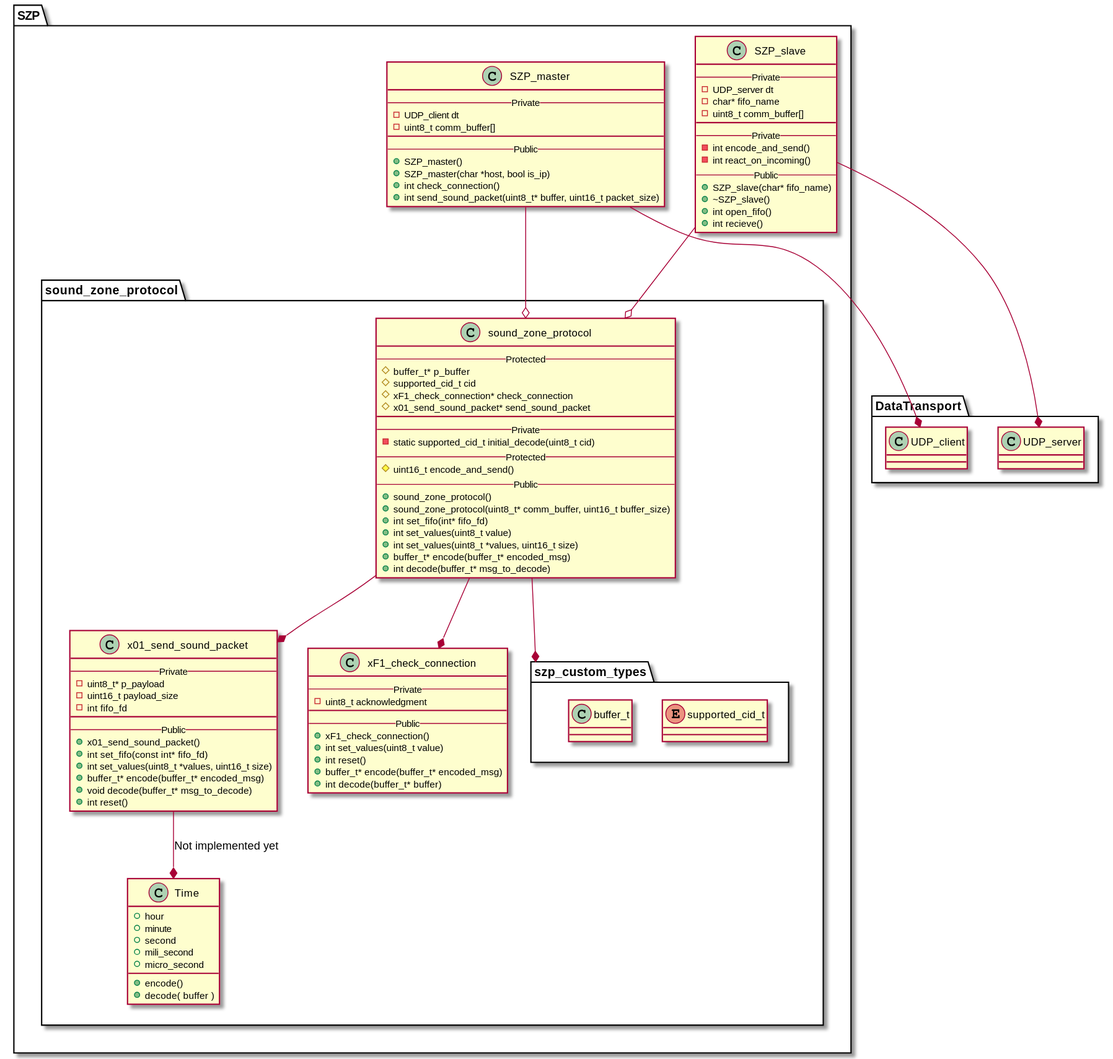
The PlantUML diagram sequence_diagrams/class_diagram.svg in NielsDyrberg/szs_soundzone_protocol, before a commit. Source of this version:
```plantuml
@startuml class_diagram

package SZP {
    SZP_master --o sound_zone_protocol
    SZP_slave --o sound_zone_protocol

    package sound_zone_protocol {
    sound_zone_protocol --* x01_send_sound_packet
    sound_zone_protocol --* xF1_check_connection
    sound_zone_protocol --* szp_custom_types
    x01_send_sound_packet --* Time : Not implemented yet

    package szp_custom_types{
        enum supported_cid_t{}
        class buffer_t{}
    }
    }
}

package DataTransport{
    SZP_master --* UDP_client
    SZP_slave --* UDP_server

    class UDP_client{}
    class UDP_server{}
}

class SZP_master{
    --Private--
    - UDP_client dt
    - uint8_t comm_buffer[]
    ___
    --Public--
    + SZP_master()
    + SZP_master(char *host, bool is_ip)
    + int check_connection()
    + int send_sound_packet(uint8_t* buffer, uint16_t packet_size)
}

class SZP_slave{
    --Private--
    - UDP_server dt
    - char* fifo_name
    - uint8_t comm_buffer[]
    ___
    --Private--
    - int encode_and_send()
    - int react_on_incoming()
    --Public--
    + SZP_slave(char* fifo_name)
    + ~SZP_slave()
    + int open_fifo()
    + int recieve()
}

class sound_zone_protocol {
    --Protected--
    # buffer_t* p_buffer
    # supported_cid_t cid
    # xF1_check_connection* check_connection
    # x01_send_sound_packet* send_sound_packet
    ___
    --Private--
    - static supported_cid_t initial_decode(uint8_t cid)
    --Protected--
    # uint16_t encode_and_send()
    --Public--
    + sound_zone_protocol()
    + sound_zone_protocol(uint8_t* comm_buffer, uint16_t buffer_size)
    + int set_fifo(int* fifo_fd)
    + int set_values(uint8_t value)
    + int set_values(uint8_t *values, uint16_t size)
    + buffer_t* encode(buffer_t* encoded_msg)
    + int decode(buffer_t* msg_to_decode)
}

class x01_send_sound_packet {
    --Private--
    - uint8_t* p_payload
    - uint16_t payload_size
    - int fifo_fd
    ___
    --Public--
    + x01_send_sound_packet()
    + int set_fifo(const int* fifo_fd)
    + int set_values(uint8_t *values, uint16_t size)
    + buffer_t* encode(buffer_t* encoded_msg)
    + void decode(buffer_t* msg_to_decode)
    + int reset()
}

class xF1_check_connection {
    --Private--
    - uint8_t acknowledgment
    ___
    --Public--
    + xF1_check_connection()
    + int set_values(uint8_t value)
    + int reset()
    + buffer_t* encode(buffer_t* encoded_msg)
    + int decode(buffer_t* buffer)
}

class Time {
    + hour
    + minute
    + second
    + mili_second
    + micro_second

    + encode()
    + decode( buffer )
}

@enduml
```
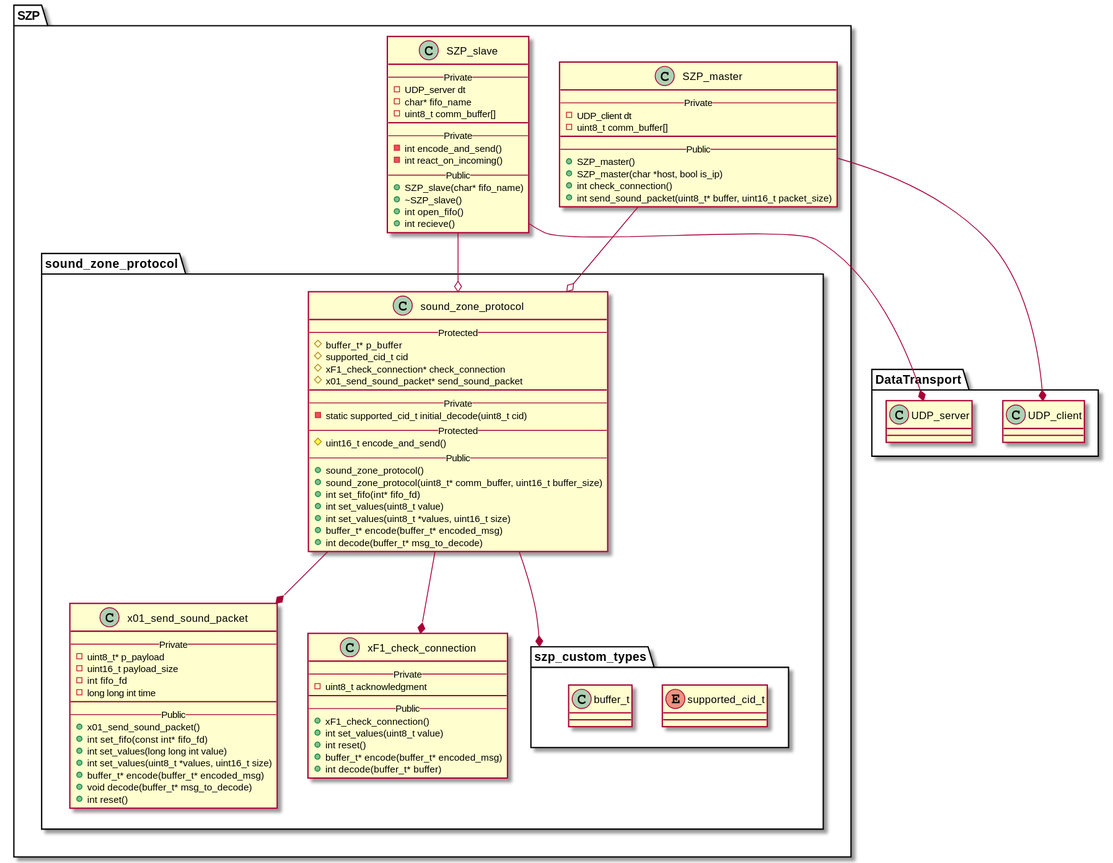
The same diagram one commit later.

The edit, as a diff of the source:
```diff
@@ -8,7 +8,6 @@
     sound_zone_protocol --* x01_send_sound_packet
     sound_zone_protocol --* xF1_check_connection
     sound_zone_protocol --* szp_custom_types
-    x01_send_sound_packet --* Time : Not implemented yet
 
     package szp_custom_types{
         enum supported_cid_t{}
@@ -79,10 +78,12 @@
     - uint8_t* p_payload
     - uint16_t payload_size
     - int fifo_fd
+    - long long int time
     ___
     --Public--
     + x01_send_sound_packet()
     + int set_fifo(const int* fifo_fd)
+    + int set_values(long long int value)
     + int set_values(uint8_t *values, uint16_t size)
     + buffer_t* encode(buffer_t* encoded_msg)
     + void decode(buffer_t* msg_to_decode)
@@ -101,15 +102,4 @@
     + int decode(buffer_t* buffer)
 }
 
-class Time {
-    + hour
-    + minute
-    + second
-    + mili_second
-    + micro_second
-
-    + encode()
-    + decode( buffer )
-}
-
 @enduml
```
